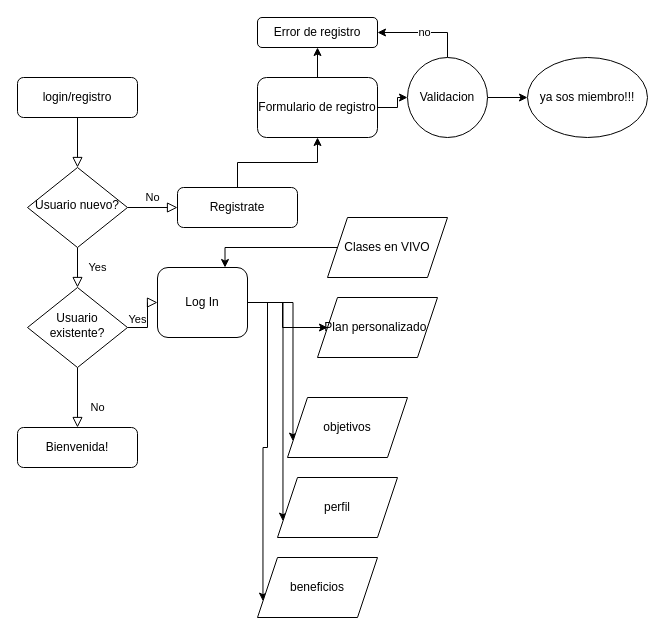
Above: Untitled Diagram.drawio in lauranavoni/all (draw.io), before the change. Source tidied: cells renumbered, new cells numbered last; positions are measured from the earlier drawing's top-left corner, leaving out a move shared by most shapes. Both pictures are drawn from the tidied source at 100%, with x=0, y=0 at pixel (17, 17).
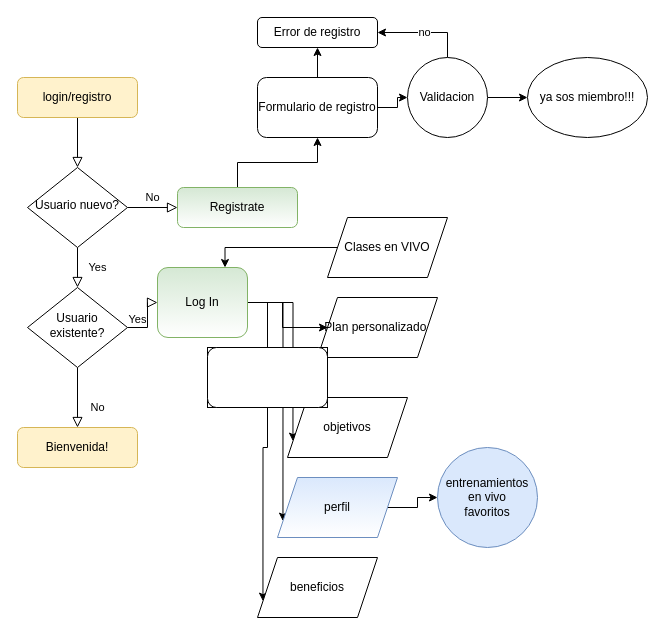
After the change.

What changed in the source:
```diff
@@
-    <mxCell id="3" value="login/registro" style="rounded=1;whiteSpace=wrap;html=1;fontSize=12;glass=0;strokeWidth=1;shadow=0;" parent="1" vertex="1">
+    <mxCell id="3" value="login/registro" style="rounded=1;whiteSpace=wrap;html=1;fontSize=12;glass=0;strokeWidth=1;shadow=0;fillColor=#fff2cc;strokeColor=#d6b656;" parent="1" vertex="1">
       <mxGeometry y="60" width="120" height="40" as="geometry" />
     </mxCell>
@@
-    <mxCell id="6" value="Usuario nuevo?" style="rhombus;whiteSpace=wrap;html=1;shadow=0;fontFamily=Helvetica;fontSize=12;align=center;strokeWidth=1;spacing=6;spacingTop=-4;" parent="1" vertex="1">
+    <mxCell id="6" value="Usuario nuevo?" style="rhombus;whiteSpace=wrap;html=1;shadow=0;fontFamily=Helvetica;fontSize=12;align=center;strokeWidth=1;spacing=6;spacingTop=-4;fillColor=#FFFFFF;" parent="1" vertex="1">
       <mxGeometry x="10" y="150" width="100" height="80" as="geometry" />
     </mxCell>
@@
-    <mxCell id="8" value="Registrate" style="rounded=1;whiteSpace=wrap;html=1;fontSize=12;glass=0;strokeWidth=1;shadow=0;" parent="1" vertex="1">
+    <mxCell id="8" value="Registrate" style="rounded=1;whiteSpace=wrap;html=1;fontSize=12;glass=0;strokeWidth=1;shadow=0;fillColor=#d5e8d4;strokeColor=#82b366;gradientColor=#ffffff;" parent="1" vertex="1">
       <mxGeometry x="160" y="170" width="120" height="40" as="geometry" />
     </mxCell>
@@
-    <mxCell id="12" value="Bienvenida!" style="rounded=1;whiteSpace=wrap;html=1;fontSize=12;glass=0;strokeWidth=1;shadow=0;" parent="1" vertex="1">
+    <mxCell id="12" value="Bienvenida!" style="rounded=1;whiteSpace=wrap;html=1;fontSize=12;glass=0;strokeWidth=1;shadow=0;fillColor=#fff2cc;strokeColor=#d6b656;" parent="1" vertex="1">
       <mxGeometry y="410" width="120" height="40" as="geometry" />
     </mxCell>
@@
-    <mxCell id="17" value="Log In" style="rounded=1;whiteSpace=wrap;html=1;fontSize=12;glass=0;strokeWidth=1;shadow=0;" parent="1" vertex="1">
+    <mxCell id="17" value="Log In" style="rounded=1;whiteSpace=wrap;html=1;fontSize=12;glass=0;strokeWidth=1;shadow=0;fillColor=#d5e8d4;strokeColor=#82b366;gradientColor=#ffffff;" parent="1" vertex="1">
       <mxGeometry x="140" y="250" width="90" height="70" as="geometry" />
     </mxCell>
@@
+    <mxCell id="32" style="edgeStyle=orthogonalEdgeStyle;rounded=0;jettySize=auto;html=1;" parent="1" edge="1" source="28" target="33">
+      <mxGeometry relative="1" as="geometry" />
+    </mxCell>
-    <mxCell id="28" value="perfil" style="shape=parallelogram;perimeter=parallelogramPerimeter;whiteSpace=wrap;html=1;fixedSize=1;" parent="1" vertex="1">
+    <mxCell id="28" value="perfil" style="shape=parallelogram;perimeter=parallelogramPerimeter;whiteSpace=wrap;html=1;fixedSize=1;fillColor=#dae8fc;strokeColor=#6c8ebf;gradientColor=#ffffff;" parent="1" vertex="1">
       <mxGeometry x="260" y="460" width="120" height="60" as="geometry" />
     </mxCell>
@@
+    <mxCell id="33" value="entrenamientos en vivo&lt;br&gt;favoritos" style="ellipse;whiteSpace=wrap;html=1;fillColor=#dae8fc;strokeColor=#6c8ebf;" parent="1" vertex="1">
+      <mxGeometry x="420" y="430" width="100" height="100" as="geometry" />
+    </mxCell>
+    <mxCell id="34" style="rounded=0;whiteSpace=wrap;html=1;fillColor=#FFFFFF;gradientColor=#ffffff;" parent="1" vertex="1">
+      <mxGeometry x="190" y="330" width="120" height="60" as="geometry" />
+    </mxCell>
+    <mxCell id="35" style="rounded=1;whiteSpace=wrap;html=1;fillColor=#FFFFFF;gradientColor=#ffffff;" parent="1" vertex="1">
+      <mxGeometry x="190" y="330" width="120" height="60" as="geometry" />
+    </mxCell>
```
